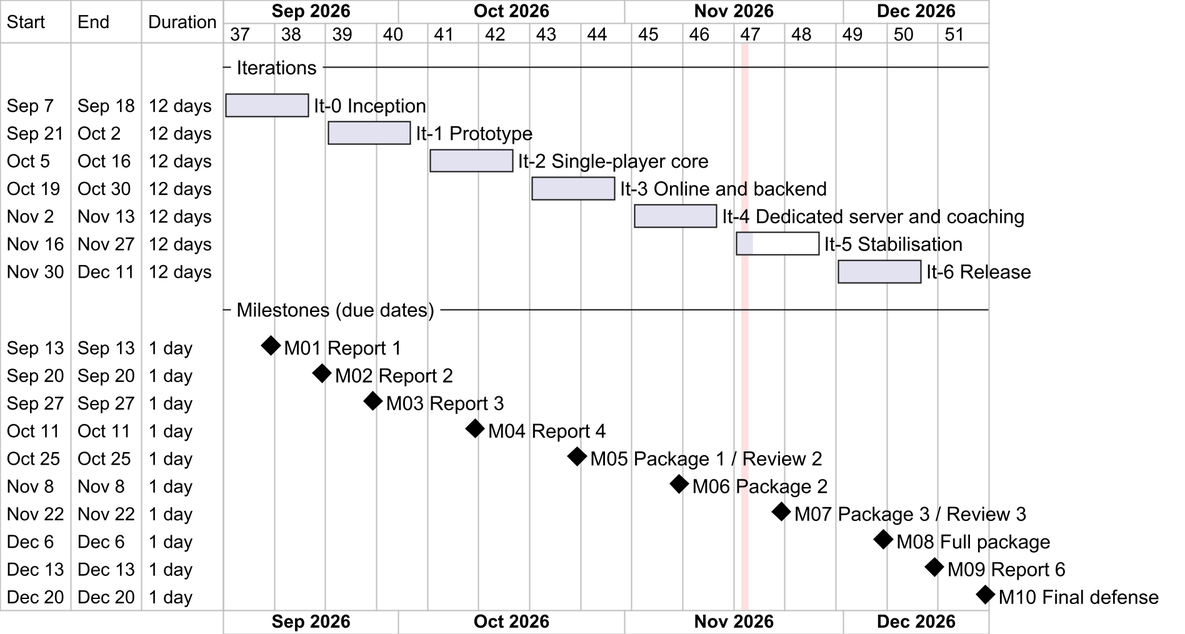
This is Doc/Project_report/Report/diagrams/png/r2_gantt.png from Tad-Min/PickleVerse, a PlantUML export, as it was before one commit.
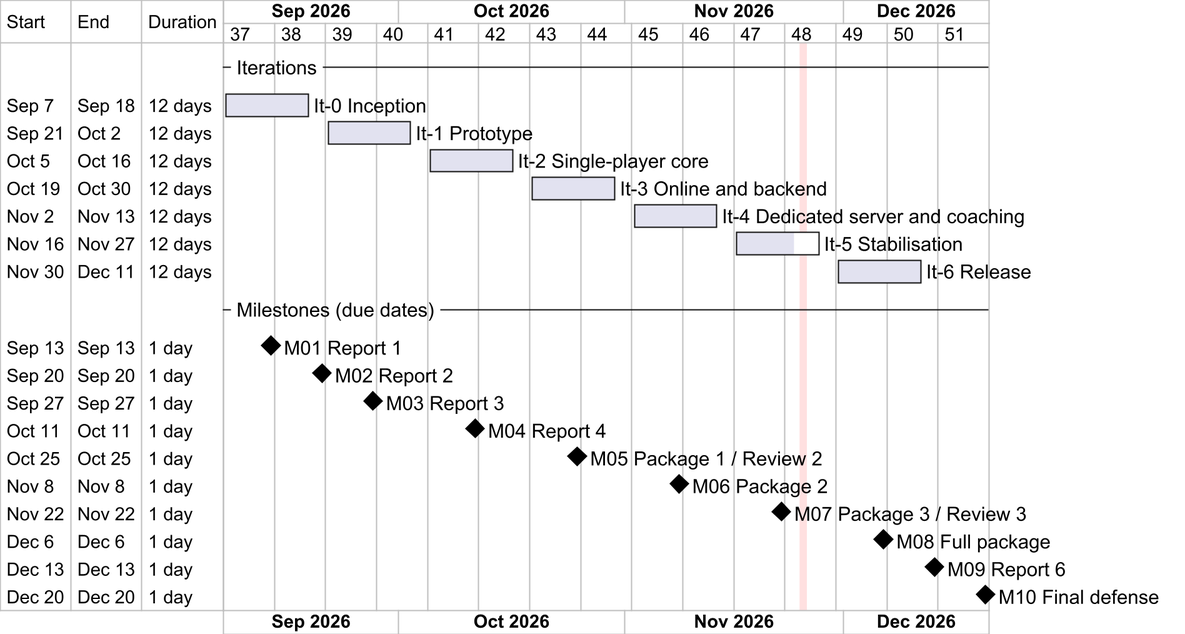
The same file after the commit.

Diff of the diagram source:
```diff
@@ -23,7 +23,7 @@
 [It-2 Single-player core] is 100% completed
 [It-3 Online and backend] is 100% completed
 [It-4 Dedicated server and coaching] is 100% completed
-[It-5 Stabilisation] is 20% completed
+[It-5 Stabilisation] is 70% completed
 -- Milestones (due dates) --
 [M01 Report 1] happens 2026-09-13
 [M02 Report 2] happens 2026-09-20
@@ -35,5 +35,5 @@
 [M08 Full package] happens 2026-12-06
 [M09 Report 6] happens 2026-12-13
 [M10 Final defense] happens 2026-12-20
-today is 2026-11-17 and is colored in #FFE0E0
+today is 2026-11-25 and is colored in #FFE0E0
 @endgantt
```
